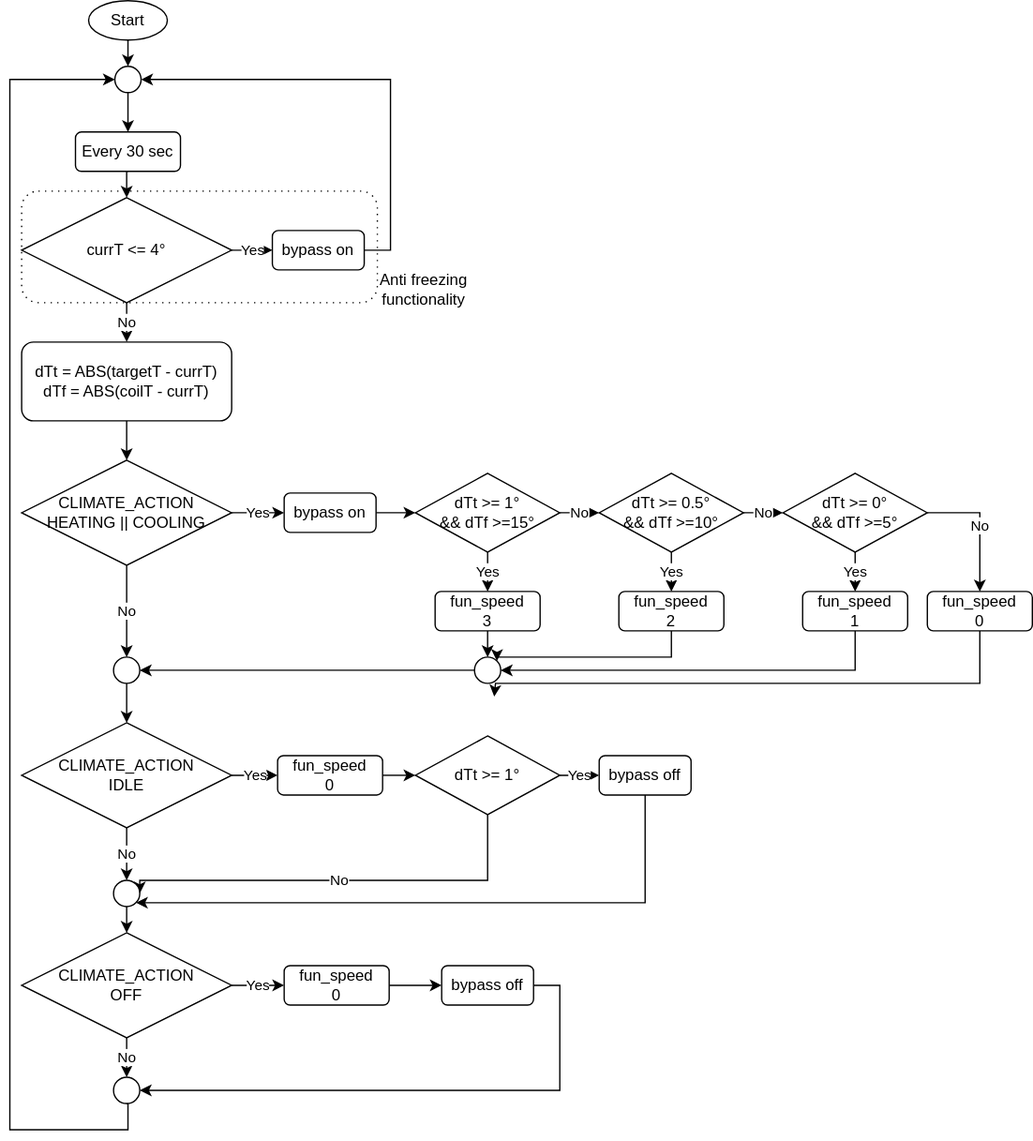
Before: esphome/diagrams/convector-logic-1.svg, a diagram exported from draw.io (kovandzhiev/home-assistant). Source tidied: cells renumbered, new cells last; positions are measured from the earlier drawing's top-left corner, leaving out a move shared by most shapes.
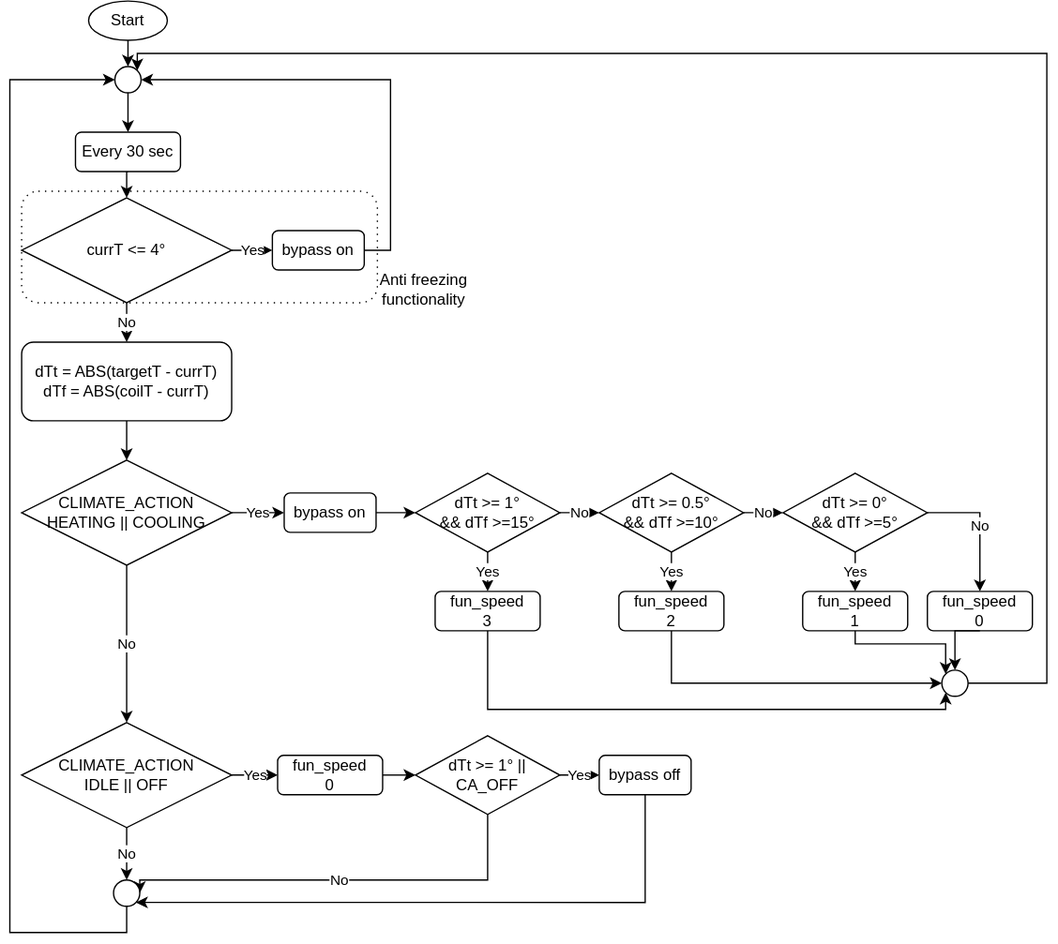
The same diagram one commit later.

Commit message:
Optimize logic

Change to the diagram source:
```diff
@@ -20,18 +20,12 @@
     <mxCell id="7" value="Yes" style="edgeStyle=orthogonalEdgeStyle;rounded=0;jettySize=auto;html=1;exitX=1;exitY=0.5;exitDx=0;exitDy=0;entryX=0;entryY=0.5;entryDx=0;entryDy=0;" parent="1" edge="1" source="9" target="15">
       <mxGeometry relative="1" as="geometry" />
     </mxCell>
-    <mxCell id="8" value="No" style="edgeStyle=orthogonalEdgeStyle;rounded=0;jettySize=auto;html=1;exitX=0.5;exitY=1;exitDx=0;exitDy=0;entryX=0.5;entryY=0;entryDx=0;entryDy=0;" parent="1" edge="1" source="9" target="11">
+    <mxCell id="8" value="No" style="edgeStyle=orthogonalEdgeStyle;rounded=0;jettySize=auto;html=1;exitX=0.5;exitY=1;exitDx=0;exitDy=0;entryX=0.5;entryY=0;entryDx=0;entryDy=0;" parent="1" edge="1" source="9" target="39">
       <mxGeometry relative="1" as="geometry" />
     </mxCell>
     <mxCell id="9" value="&lt;div&gt;CLIMATE_ACTION&lt;/div&gt;&lt;div&gt;HEATING ||&amp;nbsp;&lt;span style=&quot;background-color: transparent; color: light-dark(rgb(0, 0, 0), rgb(255, 255, 255));&quot;&gt;COOLING&lt;/span&gt;&lt;/div&gt;" style="rhombus;whiteSpace=wrap;html=1;" parent="1" vertex="1">
       <mxGeometry x="9" y="350" width="160" height="80" as="geometry" />
     </mxCell>
-    <mxCell id="10" style="edgeStyle=orthogonalEdgeStyle;rounded=0;jettySize=auto;html=1;exitX=0.5;exitY=1;exitDx=0;exitDy=0;entryX=0.5;entryY=0;entryDx=0;entryDy=0;" parent="1" edge="1" source="11" target="39">
-      <mxGeometry relative="1" as="geometry" />
-    </mxCell>
-    <mxCell id="11" style="ellipse;whiteSpace=wrap;html=1;" parent="1" vertex="1">
-      <mxGeometry x="79" y="500" width="20" height="20" as="geometry" />
-    </mxCell>
     <mxCell id="12" style="edgeStyle=orthogonalEdgeStyle;rounded=0;jettySize=auto;html=1;exitX=0.5;exitY=1;exitDx=0;exitDy=0;entryX=0.5;entryY=0;entryDx=0;entryDy=0;" parent="1" edge="1" source="13" target="60">
       <mxGeometry relative="1" as="geometry" />
     </mxCell>
@@ -59,18 +53,17 @@
     <mxCell id="20" value="&lt;div&gt;dTt &amp;gt;= 1°&lt;/div&gt;&lt;div&gt;&amp;amp;&amp;amp; dTf &amp;gt;=15°&lt;/div&gt;" style="rhombus;whiteSpace=wrap;html=1;" parent="1" vertex="1">
       <mxGeometry x="309" y="360" width="110" height="60" as="geometry" />
     </mxCell>
-    <mxCell id="21" style="edgeStyle=orthogonalEdgeStyle;rounded=0;jettySize=auto;html=1;exitX=0.5;exitY=1;exitDx=0;exitDy=0;entryX=0.5;entryY=0;entryDx=0;entryDy=0;" parent="1" edge="1" source="22" target="24">
-      <mxGeometry relative="1" as="geometry" />
+    <mxCell id="21" style="edgeStyle=orthogonalEdgeStyle;rounded=0;jettySize=auto;html=1;exitX=0.5;exitY=1;exitDx=0;exitDy=0;entryX=0;entryY=1;entryDx=0;entryDy=0;" parent="1" edge="1" source="22" target="24">
+      <mxGeometry relative="1" as="geometry">
+        <Array as="points">
+          <mxPoint x="364" y="540" />
+          <mxPoint x="713" y="540" />
+        </Array>
+      </mxGeometry>
     </mxCell>
     <mxCell id="22" value="&lt;div&gt;fun_speed&lt;/div&gt;&lt;div&gt;3&lt;/div&gt;" style="rounded=1;whiteSpace=wrap;html=1;" parent="1" vertex="1">
       <mxGeometry x="324" y="450" width="80" height="30" as="geometry" />
     </mxCell>
-    <mxCell id="23" style="edgeStyle=orthogonalEdgeStyle;rounded=0;jettySize=auto;html=1;exitX=0;exitY=0.5;exitDx=0;exitDy=0;entryX=1;entryY=0.5;entryDx=0;entryDy=0;" parent="1" edge="1" source="24" target="11">
-      <mxGeometry relative="1" as="geometry" />
-    </mxCell>
-    <mxCell id="24" style="ellipse;whiteSpace=wrap;html=1;" parent="1" vertex="1">
-      <mxGeometry x="354" y="500" width="20" height="20" as="geometry" />
-    </mxCell>
     <mxCell id="25" value="Yes" style="edgeStyle=orthogonalEdgeStyle;rounded=0;jettySize=auto;html=1;exitX=0.5;exitY=1;exitDx=0;exitDy=0;entryX=0.5;entryY=0;entryDx=0;entryDy=0;" parent="1" edge="1" source="27" target="29">
       <mxGeometry relative="1" as="geometry" />
     </mxCell>
@@ -80,13 +73,8 @@
     <mxCell id="27" value="&lt;div&gt;dTt &amp;gt;= 0.5°&lt;/div&gt;&lt;div&gt;&amp;amp;&amp;amp; dTf &amp;gt;=10°&lt;/div&gt;" style="rhombus;whiteSpace=wrap;html=1;" parent="1" vertex="1">
       <mxGeometry x="449" y="360" width="110" height="60" as="geometry" />
     </mxCell>
-    <mxCell id="28" style="edgeStyle=orthogonalEdgeStyle;rounded=0;jettySize=auto;html=1;exitX=0.5;exitY=1;exitDx=0;exitDy=0;entryX=1;entryY=0;entryDx=0;entryDy=0;" parent="1" edge="1" source="29" target="24">
-      <mxGeometry relative="1" as="geometry">
-        <Array as="points">
-          <mxPoint x="504" y="500" />
-          <mxPoint x="371" y="500" />
-        </Array>
-      </mxGeometry>
+    <mxCell id="28" style="edgeStyle=orthogonalEdgeStyle;rounded=0;jettySize=auto;html=1;exitX=0.5;exitY=1;exitDx=0;exitDy=0;entryX=0;entryY=0.5;entryDx=0;entryDy=0;" parent="1" edge="1" source="29" target="24">
+      <mxGeometry relative="1" as="geometry" />
     </mxCell>
     <mxCell id="29" value="&lt;div&gt;fun_speed&lt;/div&gt;&lt;div&gt;2&lt;/div&gt;" style="rounded=1;whiteSpace=wrap;html=1;" parent="1" vertex="1">
       <mxGeometry x="464" y="450" width="80" height="30" as="geometry" />
@@ -100,21 +88,17 @@
     <mxCell id="32" value="&lt;div&gt;dTt &amp;gt;= 0°&lt;/div&gt;&lt;div&gt;&amp;amp;&amp;amp; dTf &amp;gt;=5°&lt;/div&gt;" style="rhombus;whiteSpace=wrap;html=1;" parent="1" vertex="1">
       <mxGeometry x="589" y="360" width="110" height="60" as="geometry" />
     </mxCell>
-    <mxCell id="33" style="edgeStyle=orthogonalEdgeStyle;rounded=0;jettySize=auto;html=1;exitX=0.5;exitY=1;exitDx=0;exitDy=0;entryX=1;entryY=0.5;entryDx=0;entryDy=0;" parent="1" edge="1" source="34" target="24">
-      <mxGeometry relative="1" as="geometry" />
+    <mxCell id="33" style="edgeStyle=orthogonalEdgeStyle;rounded=0;jettySize=auto;html=1;exitX=0.5;exitY=1;exitDx=0;exitDy=0;entryX=0;entryY=0;entryDx=0;entryDy=0;" parent="1" edge="1" source="34" target="24">
+      <mxGeometry relative="1" as="geometry">
+        <Array as="points">
+          <mxPoint x="644" y="490" />
+          <mxPoint x="713" y="490" />
+        </Array>
+      </mxGeometry>
     </mxCell>
     <mxCell id="34" value="&lt;div&gt;fun_speed&lt;/div&gt;&lt;div&gt;1&lt;/div&gt;" style="rounded=1;whiteSpace=wrap;html=1;" parent="1" vertex="1">
       <mxGeometry x="604" y="450" width="80" height="30" as="geometry" />
     </mxCell>
-    <mxCell id="35" style="edgeStyle=orthogonalEdgeStyle;rounded=0;jettySize=auto;html=1;exitX=0.5;exitY=1;exitDx=0;exitDy=0;" parent="1" edge="1" source="36">
-      <mxGeometry relative="1" as="geometry">
-        <mxPoint x="369" y="530" as="targetPoint" />
-        <Array as="points">
-          <mxPoint x="739" y="520" />
-          <mxPoint x="370" y="520" />
-        </Array>
-      </mxGeometry>
-    </mxCell>
     <mxCell id="36" value="&lt;div&gt;fun_speed&lt;/div&gt;&lt;div&gt;0&lt;/div&gt;" style="rounded=1;whiteSpace=wrap;html=1;" parent="1" vertex="1">
       <mxGeometry x="699" y="450" width="80" height="30" as="geometry" />
     </mxCell>
@@ -124,7 +108,7 @@
     <mxCell id="38" value="No" style="edgeStyle=orthogonalEdgeStyle;rounded=0;jettySize=auto;html=1;exitX=0.5;exitY=1;exitDx=0;exitDy=0;" parent="1" edge="1" source="39" target="48">
       <mxGeometry relative="1" as="geometry" />
     </mxCell>
-    <mxCell id="39" value="&lt;div&gt;CLIMATE_ACTION&lt;/div&gt;&lt;div&gt;IDLE&lt;/div&gt;" style="rhombus;whiteSpace=wrap;html=1;" parent="1" vertex="1">
+    <mxCell id="39" value="&lt;div&gt;CLIMATE_ACTION&lt;/div&gt;&lt;div&gt;IDLE ||&amp;nbsp;&lt;span style=&quot;background-color: transparent; color: light-dark(rgb(0, 0, 0), rgb(255, 255, 255));&quot;&gt;OFF&lt;/span&gt;&lt;/div&gt;" style="rhombus;whiteSpace=wrap;html=1;" parent="1" vertex="1">
       <mxGeometry x="9" y="550" width="160" height="80" as="geometry" />
     </mxCell>
     <mxCell id="40" style="edgeStyle=orthogonalEdgeStyle;rounded=0;jettySize=auto;html=1;exitX=1;exitY=0.5;exitDx=0;exitDy=0;entryX=0;entryY=0.5;entryDx=0;entryDy=0;" parent="1" edge="1" source="41" target="44">
@@ -144,7 +128,7 @@
         </Array>
       </mxGeometry>
     </mxCell>
-    <mxCell id="44" value="&lt;div&gt;dTt &amp;gt;= 1°&lt;/div&gt;" style="rhombus;whiteSpace=wrap;html=1;" parent="1" vertex="1">
+    <mxCell id="44" value="&lt;div&gt;dTt &amp;gt;= 1° ||&lt;/div&gt;&lt;div&gt;CA_OFF&lt;/div&gt;" style="rhombus;whiteSpace=wrap;html=1;" parent="1" vertex="1">
       <mxGeometry x="309" y="560" width="110" height="60" as="geometry" />
     </mxCell>
     <mxCell id="45" style="edgeStyle=orthogonalEdgeStyle;rounded=0;jettySize=auto;html=1;exitX=0.5;exitY=1;exitDx=0;exitDy=0;entryX=1;entryY=1;entryDx=0;entryDy=0;" parent="1" edge="1" source="46" target="48">
@@ -157,46 +141,18 @@
     <mxCell id="46" value="bypass off" style="rounded=1;whiteSpace=wrap;html=1;" parent="1" vertex="1">
       <mxGeometry x="449" y="575" width="70" height="30" as="geometry" />
     </mxCell>
-    <mxCell id="47" style="edgeStyle=orthogonalEdgeStyle;rounded=0;jettySize=auto;html=1;exitX=0.5;exitY=1;exitDx=0;exitDy=0;entryX=0.5;entryY=0;entryDx=0;entryDy=0;" parent="1" edge="1" source="48" target="53">
-      <mxGeometry relative="1" as="geometry" />
-    </mxCell>
+    <mxCell id="64" style="edgeStyle=orthogonalEdgeStyle;rounded=0;jettySize=auto;html=1;exitX=0.5;exitY=1;exitDx=0;exitDy=0;entryX=0;entryY=0.5;entryDx=0;entryDy=0;" parent="1" edge="1" source="48" target="6">
+      <mxGeometry relative="1" as="geometry">
+        <Array as="points">
+          <mxPoint x="89" y="710" />
+          <mxPoint y="710" />
+          <mxPoint y="60" />
+        </Array>
+      </mxGeometry>
+    </mxCell>
     <mxCell id="48" style="ellipse;whiteSpace=wrap;html=1;" parent="1" vertex="1">
       <mxGeometry x="79" y="670" width="20" height="20" as="geometry" />
     </mxCell>
-    <mxCell id="49" style="edgeStyle=orthogonalEdgeStyle;rounded=0;jettySize=auto;html=1;exitX=1;exitY=0.5;exitDx=0;exitDy=0;entryX=1;entryY=0.5;entryDx=0;entryDy=0;" parent="1" edge="1" source="50" target="57">
-      <mxGeometry relative="1" as="geometry" />
-    </mxCell>
-    <mxCell id="50" value="bypass off" style="rounded=1;whiteSpace=wrap;html=1;" parent="1" vertex="1">
-      <mxGeometry x="329" y="735" width="70" height="30" as="geometry" />
-    </mxCell>
-    <mxCell id="51" value="Yes" style="edgeStyle=orthogonalEdgeStyle;rounded=0;jettySize=auto;html=1;exitX=1;exitY=0.5;exitDx=0;exitDy=0;entryX=0;entryY=0.5;entryDx=0;entryDy=0;" parent="1" edge="1" source="53" target="55">
-      <mxGeometry relative="1" as="geometry" />
-    </mxCell>
-    <mxCell id="52" value="No" style="edgeStyle=orthogonalEdgeStyle;rounded=0;jettySize=auto;html=1;exitX=0.5;exitY=1;exitDx=0;exitDy=0;entryX=0.5;entryY=0;entryDx=0;entryDy=0;" parent="1" edge="1" source="53" target="57">
-      <mxGeometry relative="1" as="geometry" />
-    </mxCell>
-    <mxCell id="53" value="&lt;div&gt;CLIMATE_ACTION&lt;/div&gt;&lt;div&gt;OFF&lt;/div&gt;" style="rhombus;whiteSpace=wrap;html=1;" parent="1" vertex="1">
-      <mxGeometry x="9" y="710" width="160" height="80" as="geometry" />
-    </mxCell>
-    <mxCell id="54" style="edgeStyle=orthogonalEdgeStyle;rounded=0;jettySize=auto;html=1;exitX=1;exitY=0.5;exitDx=0;exitDy=0;" parent="1" edge="1" source="55" target="50">
-      <mxGeometry relative="1" as="geometry" />
-    </mxCell>
-    <mxCell id="55" value="&lt;div&gt;fun_speed&lt;/div&gt;&lt;div&gt;0&lt;/div&gt;" style="rounded=1;whiteSpace=wrap;html=1;" parent="1" vertex="1">
-      <mxGeometry x="209" y="735" width="80" height="30" as="geometry" />
-    </mxCell>
-    <mxCell id="56" style="edgeStyle=orthogonalEdgeStyle;rounded=0;jettySize=auto;html=1;exitX=0.5;exitY=1;exitDx=0;exitDy=0;entryX=0;entryY=0.5;entryDx=0;entryDy=0;" parent="1" edge="1" source="57" target="6">
-      <mxGeometry relative="1" as="geometry">
-        <Array as="points">
-          <mxPoint x="90" y="840" />
-          <mxPoint x="90" y="860" />
-          <mxPoint y="860" />
-          <mxPoint y="60" />
-        </Array>
-      </mxGeometry>
-    </mxCell>
-    <mxCell id="57" style="ellipse;whiteSpace=wrap;html=1;" parent="1" vertex="1">
-      <mxGeometry x="79" y="820" width="20" height="20" as="geometry" />
-    </mxCell>
     <mxCell id="58" value="Yes" style="edgeStyle=orthogonalEdgeStyle;rounded=0;jettySize=auto;html=1;exitX=1;exitY=0.5;exitDx=0;exitDy=0;entryX=0;entryY=0.5;entryDx=0;entryDy=0;" parent="1" edge="1" source="60" target="62">
       <mxGeometry relative="1" as="geometry" />
     </mxCell>
@@ -215,5 +171,24 @@
     <mxCell id="63" value="Anti freezing&lt;div&gt;functionality&lt;/div&gt;" style="text;html=1;align=center;verticalAlign=middle;strokeColor=none;fillColor=none;" parent="1" vertex="1">
       <mxGeometry x="270" y="200" width="90" height="40" as="geometry" />
     </mxCell>
+    <mxCell id="65" style="edgeStyle=orthogonalEdgeStyle;rounded=0;jettySize=auto;html=1;exitX=0.5;exitY=1;exitDx=0;exitDy=0;" parent="1" edge="1" source="36" target="24">
+      <mxGeometry relative="1" as="geometry">
+        <Array as="points">
+          <mxPoint x="720" y="480" />
+        </Array>
+      </mxGeometry>
+    </mxCell>
+    <mxCell id="66" style="edgeStyle=orthogonalEdgeStyle;rounded=0;jettySize=auto;html=1;exitX=1;exitY=0.5;exitDx=0;exitDy=0;entryX=1;entryY=0;entryDx=0;entryDy=0;" parent="1" edge="1" source="24" target="6">
+      <mxGeometry relative="1" as="geometry">
+        <Array as="points">
+          <mxPoint x="790" y="520" />
+          <mxPoint x="790" y="40" />
+          <mxPoint x="97" y="40" />
+        </Array>
+      </mxGeometry>
+    </mxCell>
+    <mxCell id="24" style="ellipse;whiteSpace=wrap;html=1;" parent="1" vertex="1">
+      <mxGeometry x="710" y="510" width="20" height="20" as="geometry" />
+    </mxCell>
   </root>
 </mxGraphModel>
```
